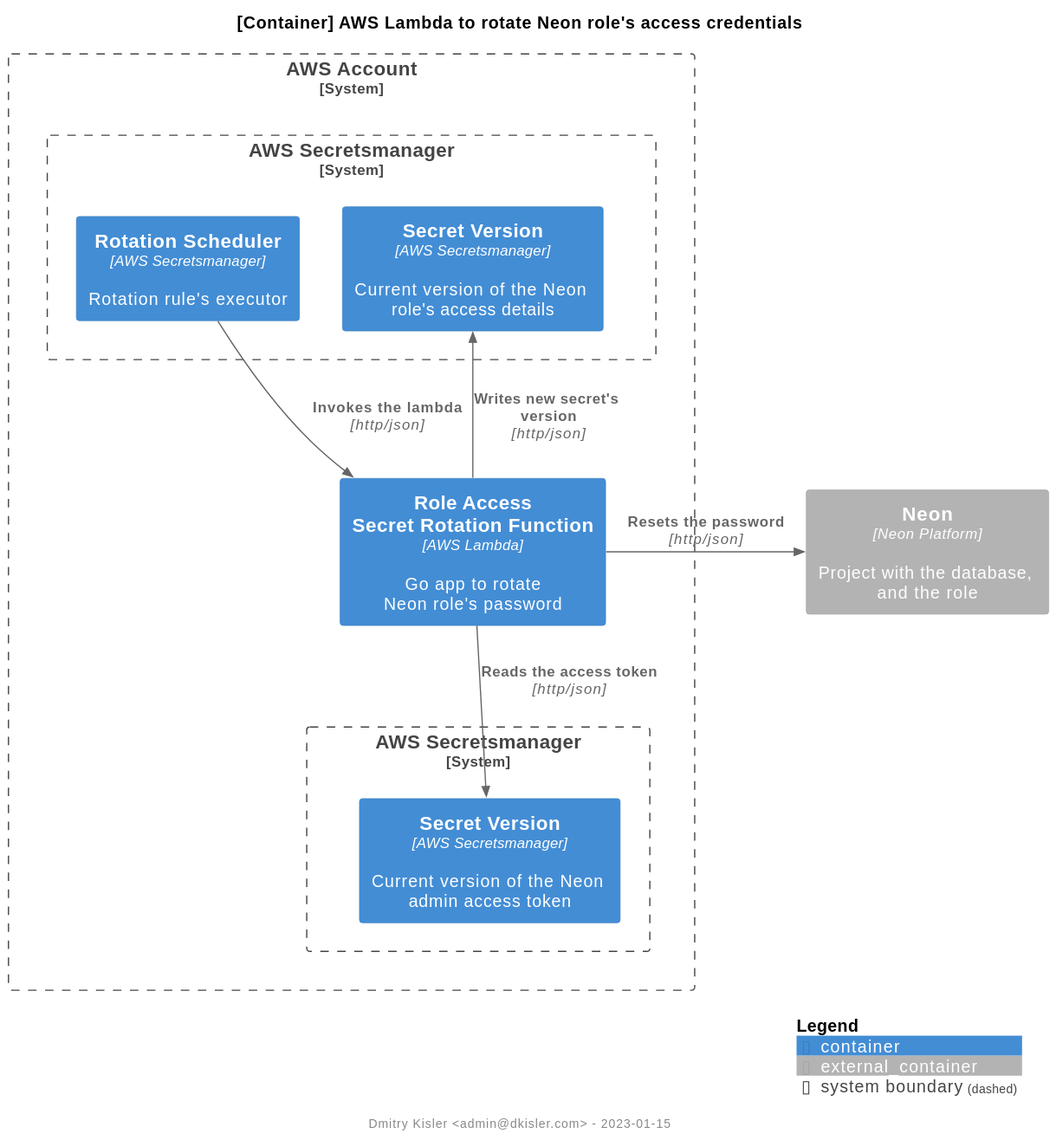
Earlier version of the PlantUML export architecture.svg (kislerdm/aws-lambda-secret-rotation).
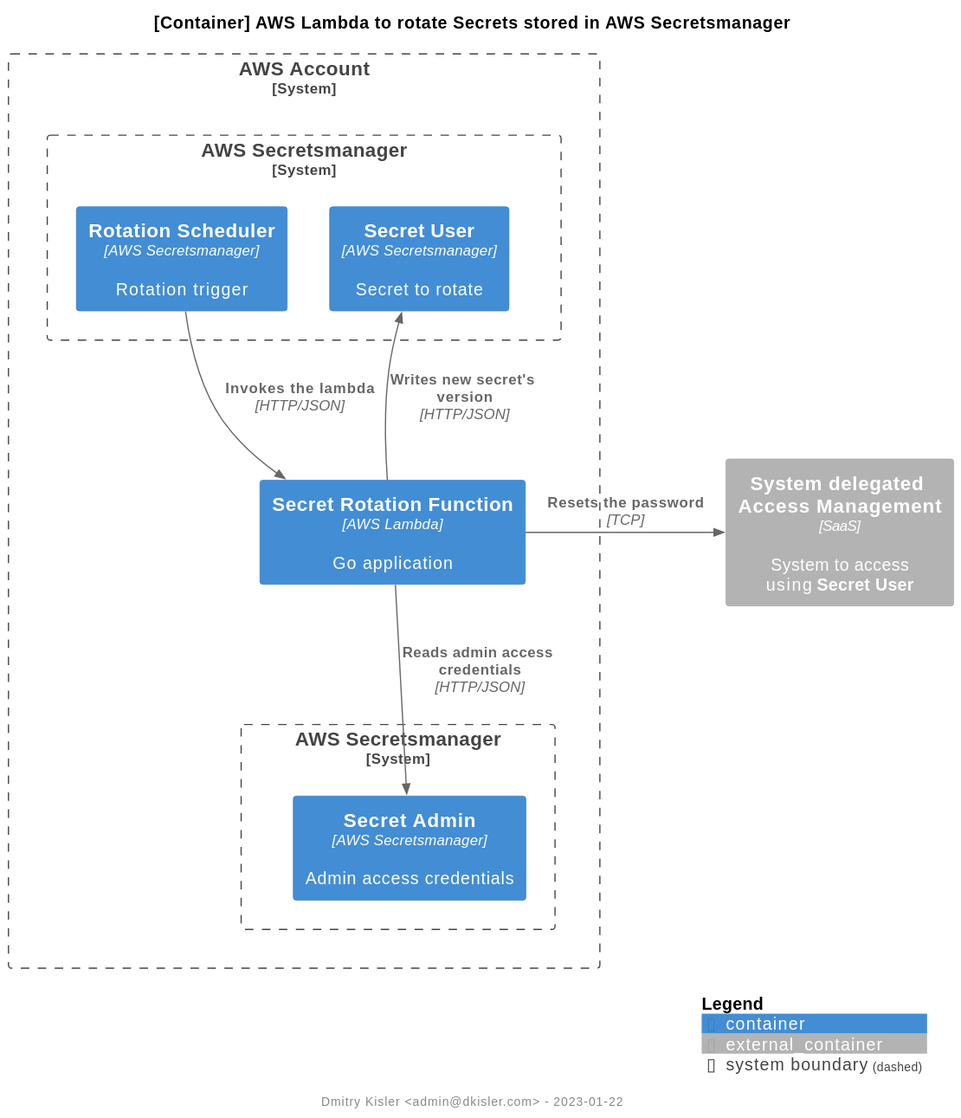
Later version of the same file.

What changed in the source:
```diff
@@ -2,34 +2,34 @@
 
 !include https://raw.githubusercontent.com/plantuml-stdlib/C4-PlantUML/master/C4_Container.puml
 
-title "[Container] AWS Lambda to rotate Neon role's access credentials"
+title "[Container] AWS Lambda to rotate Secrets stored in AWS Secretsmanager"
 
 footer "Dmitry Kisler <admin@dkisler.com> - %date('yyyy-MM-dd')"
 
 System_Boundary(aws, "AWS Account") {
 
-    Container(lambda, "Role Access\nSecret Rotation Function", "AWS Lambda", "Go app to rotate\nNeon role's password")
+    Container(lambda, "Secret Rotation Function", "AWS Lambda", "Go application")
 
     System_Boundary(sm_container_admin, "AWS Secretsmanager") {
-        Container(sm_admin, "Secret Version", "AWS Secretsmanager", "Current version of the Neon admin access token")
+        Container(sm_admin, "Secret Admin", "AWS Secretsmanager", "Admin access credentials")
     }
 
     System_Boundary(sm_container, "AWS Secretsmanager") {
-        Container(sm, "Secret Version", "AWS Secretsmanager", "Current version of the Neon role's access details")
-        Container(schedule, "Rotation Scheduler", "AWS Secretsmanager", "Rotation rule's executor")
+        Container(sm, "Secret User", "AWS Secretsmanager", "Secret to rotate")
+        Container(schedule, "Rotation Scheduler", "AWS Secretsmanager", "Rotation trigger")
     }
 }
 
-Container_Ext(neon, "Neon", "Neon Platform", "Project with the database, and the role")
+Container_Ext(service, "System delegated Access Management", "SaaS", "System to access\nusing <b>Secret User</b>")
 
 Lay_U(lambda, sm_container)
 Lay_L(lambda, sm_container_admin)
 Lay_R(schedule, sm)
 
-Rel(schedule, lambda, "Invokes the lambda", "http/json")
-Rel(lambda, sm, "Writes new secret's version", "http/json")
-Rel(lambda, sm_admin, "Reads the access token", "http/json")
-Rel_R(lambda, neon, "Resets the password", "http/json")
+Rel(schedule, lambda, "Invokes the lambda", "HTTP/JSON")
+Rel(lambda, sm, "Writes new secret's version", "HTTP/JSON")
+Rel(lambda, sm_admin, "Reads admin access credentials", "HTTP/JSON")
+Rel_R(lambda, service, "Resets the password", "TCP")
 
 SHOW_LEGEND()
 
```
